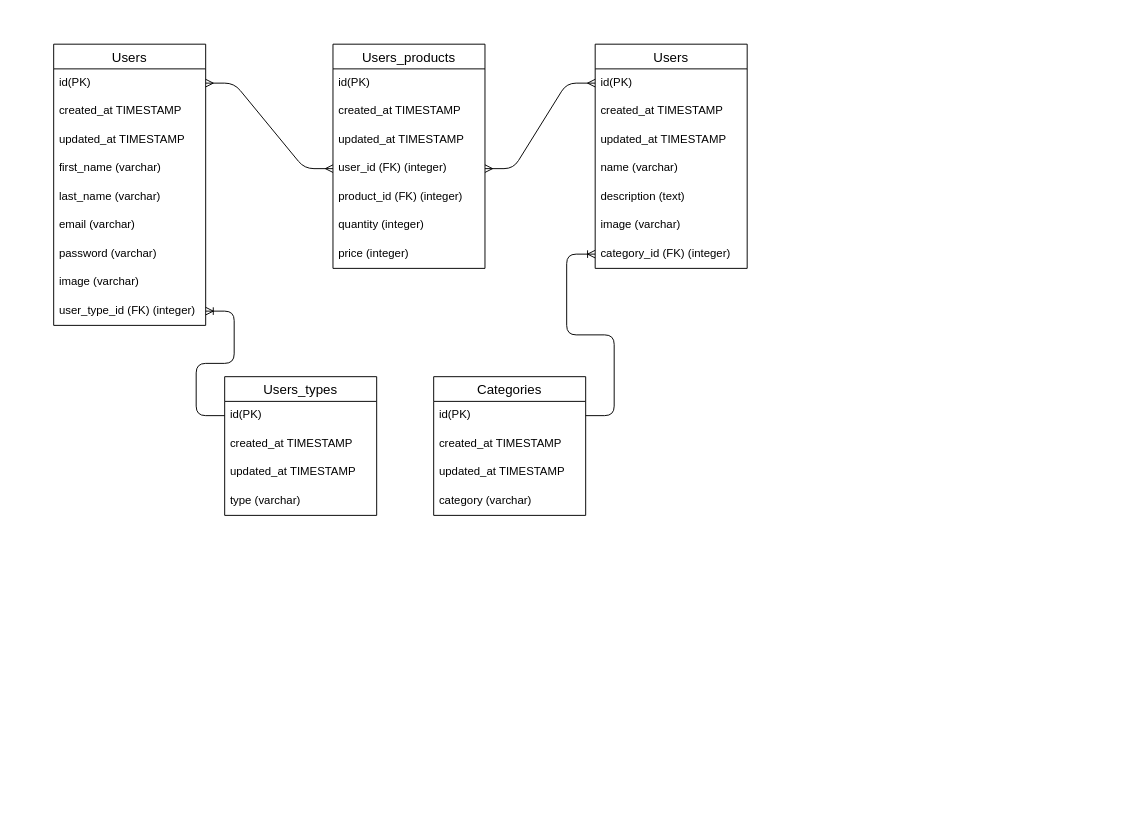
Above: Materiales/Databases/der.dio in CarlosARossi/grupo_4_CricamaPlants (draw.io), before the change. Source tidied: cells renumbered, new cells numbered last; positions are measured from the earlier drawing's top-left corner, leaving out a move shared by most shapes. Both pictures are drawn from the tidied source at 95%, with x=0, y=0 at pixel (53, 44).
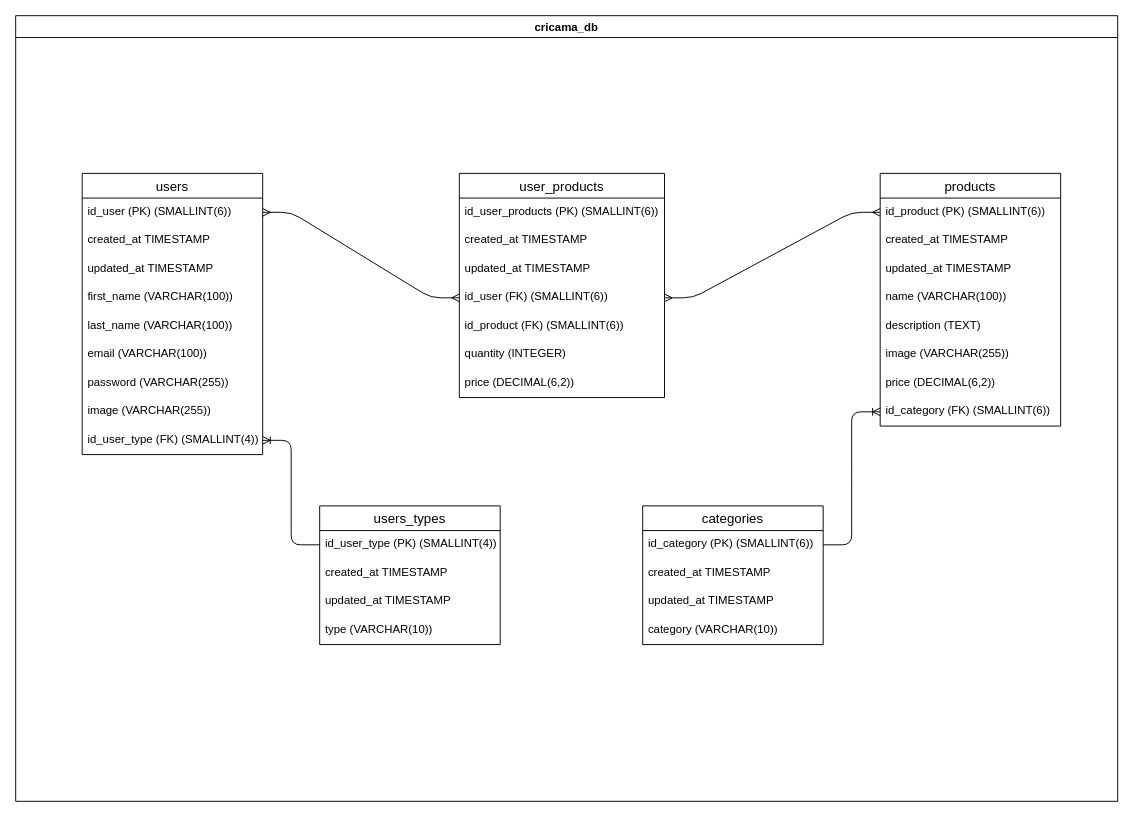
The same diagram, later.

Commit message (it also covers changes not shown here):
Actualizacion de der.dio con los parametros de structure.sql

Change to the diagram source:
```diff
@@
+    <mxCell id="42" value="cricama_db" style="swimlane;" parent="1" vertex="1">
+      <mxGeometry x="-40" y="-30" width="1160" height="827" as="geometry" />
+    </mxCell>
-    <mxCell id="2" value="Users" style="swimlane;fontStyle=0;horizontal=1;startSize=26;align=center;fontSize=14;" parent="1" vertex="1">
-      <mxGeometry width="160" height="296" as="geometry" />
+    <mxCell id="2" value="users" style="swimlane;fontStyle=0;horizontal=1;startSize=26;align=center;fontSize=14;" parent="1" vertex="1">
+      <mxGeometry x="30" y="136" width="190" height="296" as="geometry" />
     </mxCell>
-    <mxCell id="3" value="id(PK)" style="text;strokeColor=none;fillColor=none;spacingLeft=4;spacingRight=4;overflow=hidden;points=[[0,0.5],[1,0.5]];portConstraint=eastwest;fontSize=12;" parent="2" vertex="1">
-      <mxGeometry y="26" width="160" height="30" as="geometry" />
+    <mxCell id="3" value="id_user (PK) (SMALLINT(6))" style="text;strokeColor=none;fillColor=none;spacingLeft=4;spacingRight=4;overflow=hidden;points=[[0,0.5],[1,0.5]];portConstraint=eastwest;fontSize=12;" parent="2" vertex="1">
+      <mxGeometry y="26" width="190" height="30" as="geometry" />
     </mxCell>
     <mxCell id="4" value="created_at TIMESTAMP" style="text;strokeColor=none;fillColor=none;spacingLeft=4;spacingRight=4;overflow=hidden;fontSize=12;" parent="2" vertex="1">
-      <mxGeometry y="56" width="160" height="30" as="geometry" />
+      <mxGeometry y="56" width="190" height="30" as="geometry" />
     </mxCell>
     <mxCell id="5" value="updated_at TIMESTAMP" style="text;strokeColor=none;fillColor=none;spacingLeft=4;spacingRight=4;overflow=hidden;fontSize=12;" parent="2" vertex="1">
-      <mxGeometry y="86" width="160" height="30" as="geometry" />
+      <mxGeometry y="86" width="190" height="30" as="geometry" />
     </mxCell>
-    <mxCell id="6" value="first_name (varchar)" style="text;strokeColor=none;fillColor=none;spacingLeft=4;spacingRight=4;overflow=hidden;fontSize=12;" parent="2" vertex="1">
-      <mxGeometry y="116" width="160" height="30" as="geometry" />
+    <mxCell id="6" value="first_name (VARCHAR(100))" style="text;strokeColor=none;fillColor=none;spacingLeft=4;spacingRight=4;overflow=hidden;fontSize=12;" parent="2" vertex="1">
+      <mxGeometry y="116" width="190" height="30" as="geometry" />
     </mxCell>
-    <mxCell id="7" value="last_name (varchar)" style="text;strokeColor=none;fillColor=none;spacingLeft=4;spacingRight=4;overflow=hidden;fontSize=12;" parent="2" vertex="1">
-      <mxGeometry y="146" width="160" height="30" as="geometry" />
+    <mxCell id="7" value="last_name (VARCHAR(100))" style="text;strokeColor=none;fillColor=none;spacingLeft=4;spacingRight=4;overflow=hidden;fontSize=12;" parent="2" vertex="1">
+      <mxGeometry y="146" width="190" height="30" as="geometry" />
     </mxCell>
-    <mxCell id="8" value="email (varchar)" style="text;strokeColor=none;fillColor=none;spacingLeft=4;spacingRight=4;overflow=hidden;fontSize=12;" parent="2" vertex="1">
-      <mxGeometry y="176" width="160" height="30" as="geometry" />
+    <mxCell id="8" value="email (VARCHAR(100))" style="text;strokeColor=none;fillColor=none;spacingLeft=4;spacingRight=4;overflow=hidden;fontSize=12;" parent="2" vertex="1">
+      <mxGeometry y="176" width="190" height="30" as="geometry" />
     </mxCell>
-    <mxCell id="9" value="password (varchar)" style="text;strokeColor=none;fillColor=none;spacingLeft=4;spacingRight=4;overflow=hidden;fontSize=12;" parent="2" vertex="1">
-      <mxGeometry y="206" width="160" height="30" as="geometry" />
+    <mxCell id="9" value="password (VARCHAR(255))" style="text;strokeColor=none;fillColor=none;spacingLeft=4;spacingRight=4;overflow=hidden;fontSize=12;" parent="2" vertex="1">
+      <mxGeometry y="206" width="190" height="30" as="geometry" />
     </mxCell>
-    <mxCell id="10" value="image (varchar)" style="text;strokeColor=none;fillColor=none;spacingLeft=4;spacingRight=4;overflow=hidden;fontSize=12;" parent="2" vertex="1">
-      <mxGeometry y="236" width="160" height="30" as="geometry" />
+    <mxCell id="10" value="image (VARCHAR(255))" style="text;strokeColor=none;fillColor=none;spacingLeft=4;spacingRight=4;overflow=hidden;fontSize=12;" parent="2" vertex="1">
+      <mxGeometry y="236" width="190" height="30" as="geometry" />
     </mxCell>
-    <mxCell id="11" value="user_type_id (FK) (integer)" style="text;strokeColor=none;fillColor=none;spacingLeft=4;spacingRight=4;overflow=hidden;points=[[0,0.5],[1,0.5]];portConstraint=eastwest;fontSize=12;" parent="2" vertex="1">
-      <mxGeometry y="266" width="160" height="30" as="geometry" />
+    <mxCell id="11" value="id_user_type (FK) (SMALLINT(4))" style="text;strokeColor=none;fillColor=none;spacingLeft=4;spacingRight=4;overflow=hidden;points=[[0,0.5],[1,0.5]];portConstraint=eastwest;fontSize=12;" parent="2" vertex="1">
+      <mxGeometry y="266" width="190" height="30" as="geometry" />
     </mxCell>
-    <mxCell id="12" value="Users_products" style="swimlane;fontStyle=0;horizontal=1;startSize=26;align=center;fontSize=14;" parent="1" vertex="1">
-      <mxGeometry x="294" width="160" height="236" as="geometry" />
+    <mxCell id="12" value="user_products" style="swimlane;fontStyle=0;horizontal=1;startSize=26;align=center;fontSize=14;" parent="1" vertex="1">
+      <mxGeometry x="427" y="136" width="216" height="236" as="geometry" />
     </mxCell>
-    <mxCell id="13" value="id(PK)" style="text;strokeColor=none;fillColor=none;spacingLeft=4;spacingRight=4;overflow=hidden;fontSize=12;" parent="12" vertex="1">
-      <mxGeometry y="26" width="160" height="30" as="geometry" />
+    <mxCell id="13" value="id_user_products (PK) (SMALLINT(6))" style="text;strokeColor=none;fillColor=none;spacingLeft=4;spacingRight=4;overflow=hidden;fontSize=12;" parent="12" vertex="1">
+      <mxGeometry y="26" width="216" height="30" as="geometry" />
     </mxCell>
     <mxCell id="14" value="created_at TIMESTAMP" style="text;strokeColor=none;fillColor=none;spacingLeft=4;spacingRight=4;overflow=hidden;fontSize=12;" parent="12" vertex="1">
-      <mxGeometry y="56" width="160" height="30" as="geometry" />
+      <mxGeometry y="56" width="216" height="30" as="geometry" />
     </mxCell>
     <mxCell id="15" value="updated_at TIMESTAMP" style="text;strokeColor=none;fillColor=none;spacingLeft=4;spacingRight=4;overflow=hidden;fontSize=12;" parent="12" vertex="1">
-      <mxGeometry y="86" width="160" height="30" as="geometry" />
+      <mxGeometry y="86" width="216" height="30" as="geometry" />
     </mxCell>
-    <mxCell id="16" value="user_id (FK) (integer)" style="text;strokeColor=none;fillColor=none;spacingLeft=4;spacingRight=4;overflow=hidden;points=[[0,0.5],[1,0.5]];portConstraint=eastwest;fontSize=12;" parent="12" vertex="1">
-      <mxGeometry y="116" width="160" height="30" as="geometry" />
+    <mxCell id="16" value="id_user (FK) (SMALLINT(6))" style="text;strokeColor=none;fillColor=none;spacingLeft=4;spacingRight=4;overflow=hidden;points=[[0,0.5],[1,0.5]];portConstraint=eastwest;fontSize=12;" parent="12" vertex="1">
+      <mxGeometry y="116" width="216" height="30" as="geometry" />
     </mxCell>
-    <mxCell id="17" value="product_id (FK) (integer)" style="text;strokeColor=none;fillColor=none;spacingLeft=4;spacingRight=4;overflow=hidden;fontSize=12;" parent="12" vertex="1">
-      <mxGeometry y="146" width="160" height="30" as="geometry" />
+    <mxCell id="17" value="id_product (FK) (SMALLINT(6))" style="text;strokeColor=none;fillColor=none;spacingLeft=4;spacingRight=4;overflow=hidden;fontSize=12;" parent="12" vertex="1">
+      <mxGeometry y="146" width="216" height="30" as="geometry" />
     </mxCell>
-    <mxCell id="18" value="quantity (integer)" style="text;strokeColor=none;fillColor=none;spacingLeft=4;spacingRight=4;overflow=hidden;fontSize=12;" parent="12" vertex="1">
-      <mxGeometry y="176" width="160" height="30" as="geometry" />
+    <mxCell id="18" value="quantity (INTEGER)" style="text;strokeColor=none;fillColor=none;spacingLeft=4;spacingRight=4;overflow=hidden;fontSize=12;" parent="12" vertex="1">
+      <mxGeometry y="176" width="216" height="30" as="geometry" />
     </mxCell>
-    <mxCell id="19" value="price (integer)" style="text;strokeColor=none;fillColor=none;spacingLeft=4;spacingRight=4;overflow=hidden;fontSize=12;" parent="12" vertex="1">
-      <mxGeometry y="206" width="160" height="30" as="geometry" />
+    <mxCell id="19" value="price (DECIMAL(6,2))" style="text;strokeColor=none;fillColor=none;spacingLeft=4;spacingRight=4;overflow=hidden;fontSize=12;" parent="12" vertex="1">
+      <mxGeometry y="206" width="216" height="30" as="geometry" />
     </mxCell>
-    <mxCell id="20" value="Users" style="swimlane;fontStyle=0;horizontal=1;startSize=26;align=center;fontSize=14;" parent="1" vertex="1">
-      <mxGeometry x="570" width="160" height="236" as="geometry" />
+    <mxCell id="20" value="products" style="swimlane;fontStyle=0;horizontal=1;startSize=26;align=center;fontSize=14;" parent="1" vertex="1">
+      <mxGeometry x="870" y="136" width="190" height="266" as="geometry" />
     </mxCell>
-    <mxCell id="21" value="id(PK)" style="text;strokeColor=none;fillColor=none;spacingLeft=4;spacingRight=4;overflow=hidden;points=[[0,0.5],[1,0.5]];portConstraint=eastwest;fontSize=12;" parent="20" vertex="1">
-      <mxGeometry y="26" width="160" height="30" as="geometry" />
+    <mxCell id="21" value="id_product (PK) (SMALLINT(6))" style="text;strokeColor=none;fillColor=none;spacingLeft=4;spacingRight=4;overflow=hidden;points=[[0,0.5],[1,0.5]];portConstraint=eastwest;fontSize=12;" parent="20" vertex="1">
+      <mxGeometry y="26" width="190" height="30" as="geometry" />
     </mxCell>
     <mxCell id="22" value="created_at TIMESTAMP" style="text;strokeColor=none;fillColor=none;spacingLeft=4;spacingRight=4;overflow=hidden;fontSize=12;" parent="20" vertex="1">
-      <mxGeometry y="56" width="160" height="30" as="geometry" />
+      <mxGeometry y="56" width="190" height="30" as="geometry" />
     </mxCell>
     <mxCell id="23" value="updated_at TIMESTAMP" style="text;strokeColor=none;fillColor=none;spacingLeft=4;spacingRight=4;overflow=hidden;fontSize=12;" parent="20" vertex="1">
-      <mxGeometry y="86" width="160" height="30" as="geometry" />
+      <mxGeometry y="86" width="190" height="30" as="geometry" />
     </mxCell>
-    <mxCell id="24" value="name (varchar)" style="text;strokeColor=none;fillColor=none;spacingLeft=4;spacingRight=4;overflow=hidden;fontSize=12;" parent="20" vertex="1">
-      <mxGeometry y="116" width="160" height="30" as="geometry" />
+    <mxCell id="24" value="name (VARCHAR(100))" style="text;strokeColor=none;fillColor=none;spacingLeft=4;spacingRight=4;overflow=hidden;fontSize=12;" parent="20" vertex="1">
+      <mxGeometry y="116" width="190" height="30" as="geometry" />
     </mxCell>
-    <mxCell id="25" value="description (text)" style="text;strokeColor=none;fillColor=none;spacingLeft=4;spacingRight=4;overflow=hidden;fontSize=12;" parent="20" vertex="1">
-      <mxGeometry y="146" width="160" height="30" as="geometry" />
+    <mxCell id="25" value="description (TEXT)" style="text;strokeColor=none;fillColor=none;spacingLeft=4;spacingRight=4;overflow=hidden;fontSize=12;" parent="20" vertex="1">
+      <mxGeometry y="146" width="190" height="30" as="geometry" />
     </mxCell>
-    <mxCell id="26" value="image (varchar)" style="text;strokeColor=none;fillColor=none;spacingLeft=4;spacingRight=4;overflow=hidden;fontSize=12;" parent="20" vertex="1">
-      <mxGeometry y="176" width="160" height="30" as="geometry" />
+    <mxCell id="26" value="image (VARCHAR(255))" style="text;strokeColor=none;fillColor=none;spacingLeft=4;spacingRight=4;overflow=hidden;fontSize=12;" parent="20" vertex="1">
+      <mxGeometry y="176" width="190" height="30" as="geometry" />
     </mxCell>
+    <mxCell id="43" value="price (DECIMAL(6,2))" style="text;strokeColor=none;fillColor=none;spacingLeft=4;spacingRight=4;overflow=hidden;fontSize=12;" parent="20" vertex="1">
+      <mxGeometry y="206" width="190" height="30" as="geometry" />
+    </mxCell>
-    <mxCell id="27" value="category_id (FK) (integer)" style="text;strokeColor=none;fillColor=none;spacingLeft=4;spacingRight=4;overflow=hidden;points=[[0,0.5],[1,0.5]];portConstraint=eastwest;fontSize=12;" parent="20" vertex="1">
-      <mxGeometry y="206" width="160" height="30" as="geometry" />
+    <mxCell id="27" value="id_category (FK) (SMALLINT(6))" style="text;strokeColor=none;fillColor=none;spacingLeft=4;spacingRight=4;overflow=hidden;points=[[0,0.5],[1,0.5]];portConstraint=eastwest;fontSize=12;" parent="20" vertex="1">
+      <mxGeometry y="236" width="190" height="30" as="geometry" />
     </mxCell>
-    <mxCell id="28" value="Categories" style="swimlane;fontStyle=0;horizontal=1;startSize=26;align=center;fontSize=14;" parent="1" vertex="1">
-      <mxGeometry x="400" y="350" width="160" height="146" as="geometry" />
+    <mxCell id="28" value="categories" style="swimlane;fontStyle=0;horizontal=1;startSize=26;align=center;fontSize=14;" parent="1" vertex="1">
+      <mxGeometry x="620" y="486" width="190" height="146" as="geometry" />
     </mxCell>
-    <mxCell id="29" value="id(PK)" style="text;strokeColor=none;fillColor=none;spacingLeft=4;spacingRight=4;overflow=hidden;points=[[0,0.5],[1,0.5]];portConstraint=eastwest;fontSize=12;" parent="28" vertex="1">
-      <mxGeometry y="26" width="160" height="30" as="geometry" />
+    <mxCell id="29" value="id_category&#9;(PK) (SMALLINT(6))" style="text;strokeColor=none;fillColor=none;spacingLeft=4;spacingRight=4;overflow=hidden;points=[[0,0.5],[1,0.5]];portConstraint=eastwest;fontSize=12;" parent="28" vertex="1">
+      <mxGeometry y="26" width="190" height="30" as="geometry" />
     </mxCell>
     <mxCell id="30" value="created_at TIMESTAMP" style="text;strokeColor=none;fillColor=none;spacingLeft=4;spacingRight=4;overflow=hidden;fontSize=12;" parent="28" vertex="1">
-      <mxGeometry y="56" width="160" height="30" as="geometry" />
+      <mxGeometry y="56" width="190" height="30" as="geometry" />
     </mxCell>
     <mxCell id="31" value="updated_at TIMESTAMP" style="text;strokeColor=none;fillColor=none;spacingLeft=4;spacingRight=4;overflow=hidden;fontSize=12;" parent="28" vertex="1">
-      <mxGeometry y="86" width="160" height="30" as="geometry" />
+      <mxGeometry y="86" width="190" height="30" as="geometry" />
     </mxCell>
-    <mxCell id="32" value="category (varchar)" style="text;strokeColor=none;fillColor=none;spacingLeft=4;spacingRight=4;overflow=hidden;fontSize=12;" parent="28" vertex="1">
-      <mxGeometry y="116" width="160" height="30" as="geometry" />
+    <mxCell id="32" value="category (VARCHAR(10))" style="text;strokeColor=none;fillColor=none;spacingLeft=4;spacingRight=4;overflow=hidden;fontSize=12;" parent="28" vertex="1">
+      <mxGeometry y="116" width="190" height="30" as="geometry" />
     </mxCell>
-    <mxCell id="33" value="Users_types" style="swimlane;fontStyle=0;horizontal=1;startSize=26;align=center;fontSize=14;" parent="1" vertex="1">
-      <mxGeometry x="180" y="350" width="160" height="146" as="geometry" />
+    <mxCell id="33" value="users_types" style="swimlane;fontStyle=0;horizontal=1;startSize=26;align=center;fontSize=14;" parent="1" vertex="1">
+      <mxGeometry x="280" y="486" width="190" height="146" as="geometry" />
     </mxCell>
-    <mxCell id="34" value="id(PK)" style="text;strokeColor=none;fillColor=none;spacingLeft=4;spacingRight=4;overflow=hidden;points=[[0,0.5],[1,0.5]];portConstraint=eastwest;fontSize=12;" parent="33" vertex="1">
-      <mxGeometry y="26" width="160" height="30" as="geometry" />
+    <mxCell id="34" value="id_user_type (PK) (SMALLINT(4))" style="text;strokeColor=none;fillColor=none;spacingLeft=4;spacingRight=4;overflow=hidden;points=[[0,0.5],[1,0.5]];portConstraint=eastwest;fontSize=12;" parent="33" vertex="1">
+      <mxGeometry y="26" width="190" height="30" as="geometry" />
     </mxCell>
     <mxCell id="35" value="created_at TIMESTAMP" style="text;strokeColor=none;fillColor=none;spacingLeft=4;spacingRight=4;overflow=hidden;fontSize=12;" parent="33" vertex="1">
-      <mxGeometry y="56" width="160" height="30" as="geometry" />
+      <mxGeometry y="56" width="190" height="30" as="geometry" />
     </mxCell>
     <mxCell id="36" value="updated_at TIMESTAMP" style="text;strokeColor=none;fillColor=none;spacingLeft=4;spacingRight=4;overflow=hidden;fontSize=12;" parent="33" vertex="1">
-      <mxGeometry y="86" width="160" height="30" as="geometry" />
+      <mxGeometry y="86" width="190" height="30" as="geometry" />
     </mxCell>
-    <mxCell id="37" value="type (varchar)" style="text;strokeColor=none;fillColor=none;spacingLeft=4;spacingRight=4;overflow=hidden;fontSize=12;" parent="33" vertex="1">
-      <mxGeometry y="116" width="160" height="30" as="geometry" />
+    <mxCell id="37" value="type (VARCHAR(10))" style="text;strokeColor=none;fillColor=none;spacingLeft=4;spacingRight=4;overflow=hidden;fontSize=12;" parent="33" vertex="1">
+      <mxGeometry y="116" width="190" height="30" as="geometry" />
     </mxCell>
```
